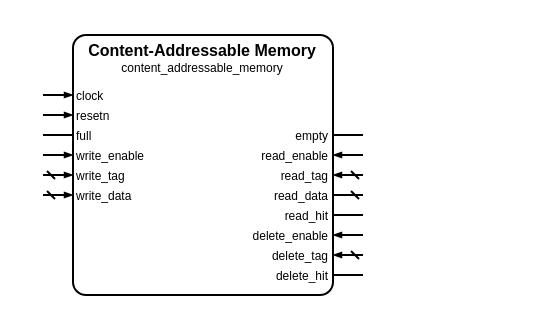
Louis-DR/OmniCores-BuildingBlocks keeps this draw.io diagram as sources/memory/content_addressable_memory/content_addressable_memory.symbol.drawio. Above is the earlier version. Source tidied: cells renumbered, new cells numbered last; positions are measured from the earlier drawing's top-left corner, leaving out a move shared by most shapes. Both pictures are drawn from the tidied source at 200%, with x=0, y=0 at pixel (42, 34).
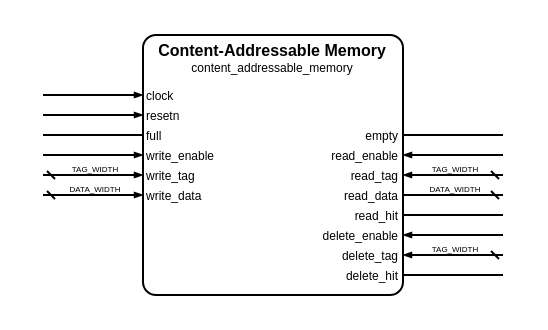
After the change.

Change to the diagram source:
```diff
@@
     <mxCell id="2" style="group;" parent="1" vertex="1">
-      <mxGeometry width="160" height="130" as="geometry" />
+      <mxGeometry width="230" height="130" as="geometry" />
     </mxCell>
     <mxCell id="3" style="rounded=1;arcSize=5;fillColor=none;strokeWidth=1;strokeColor=black;whiteSpace=wrap;html=1;" parent="2" vertex="1">
-      <mxGeometry x="15" width="130" height="130" as="geometry" />
+      <mxGeometry x="50" width="130" height="130" as="geometry" />
     </mxCell>
     <mxCell id="4" value="Content-Addressable Memory" style="text;html=1;align=center;verticalAlign=middle;whiteSpace=wrap;rounded=0;fontSize=8;fontStyle=1;fontColor=black;" parent="2" vertex="1">
-      <mxGeometry x="15" y="7" width="130" as="geometry" />
+      <mxGeometry x="50" y="7" width="130" as="geometry" />
     </mxCell>
     <mxCell id="5" value="content_addressable_memory" style="text;html=1;align=center;verticalAlign=middle;whiteSpace=wrap;rounded=0;fontSize=6;fontStyle=0;fontColor=black;" parent="2" vertex="1">
-      <mxGeometry x="15" y="16" width="130" as="geometry" />
+      <mxGeometry x="50" y="16" width="130" as="geometry" />
     </mxCell>
     <mxCell id="6" value="clock" style="text;html=1;align=left;verticalAlign=middle;whiteSpace=wrap;rounded=0;fontSize=6;fontStyle=0;fontColor=black;" parent="2" vertex="1">
-      <mxGeometry x="15" y="30" width="130" as="geometry" />
+      <mxGeometry x="50" y="30" width="130" as="geometry" />
     </mxCell>
     <mxCell id="7" style="html=1;rounded=1;strokeWidth=1;strokeColor=black;startFill=0;startSize=2;startArrow=none;endFill=1;endSize=2;endArrow=blockThin;sourcePerimeterSpacing=0;" parent="2" edge="1">
       <mxGeometry relative="1" as="geometry">
         <mxPoint y="30" as="sourcePoint" />
-        <mxPoint x="15" y="30" as="targetPoint" />
+        <mxPoint x="50" y="30" as="targetPoint" />
       </mxGeometry>
     </mxCell>
     <mxCell id="8" value="resetn" style="text;html=1;align=left;verticalAlign=middle;whiteSpace=wrap;rounded=0;fontSize=6;fontStyle=0;fontColor=black;" parent="2" vertex="1">
-      <mxGeometry x="15" y="40" width="130" as="geometry" />
+      <mxGeometry x="50" y="40" width="130" as="geometry" />
     </mxCell>
     <mxCell id="9" style="html=1;rounded=1;strokeWidth=1;strokeColor=black;startFill=0;startSize=2;startArrow=none;endFill=1;endSize=2;endArrow=blockThin;sourcePerimeterSpacing=0;" parent="2" edge="1">
       <mxGeometry relative="1" as="geometry">
         <mxPoint y="40" as="sourcePoint" />
-        <mxPoint x="15" y="40" as="targetPoint" />
+        <mxPoint x="50" y="40" as="targetPoint" />
       </mxGeometry>
     </mxCell>
     <mxCell id="10" value="full" style="text;html=1;align=left;verticalAlign=middle;whiteSpace=wrap;rounded=0;fontSize=6;fontStyle=0;fontColor=black;" parent="2" vertex="1">
-      <mxGeometry x="15" y="50" width="130" as="geometry" />
+      <mxGeometry x="50" y="50" width="130" as="geometry" />
     </mxCell>
     <mxCell id="11" style="html=1;rounded=1;strokeWidth=1;strokeColor=black;startFill=0;startSize=2;startArrow=none;endFill=1;endSize=2;endArrow=none;sourcePerimeterSpacing=0;" parent="2" edge="1">
       <mxGeometry relative="1" as="geometry">
         <mxPoint y="50" as="sourcePoint" />
-        <mxPoint x="15" y="50" as="targetPoint" />
+        <mxPoint x="50" y="50" as="targetPoint" />
       </mxGeometry>
     </mxCell>
     <mxCell id="12" value="empty" style="text;html=1;align=right;verticalAlign=middle;whiteSpace=wrap;rounded=0;fontSize=6;fontStyle=0;fontColor=black;" parent="2" vertex="1">
-      <mxGeometry x="15" y="50" width="130" as="geometry" />
+      <mxGeometry x="50" y="50" width="130" as="geometry" />
     </mxCell>
     <mxCell id="13" style="html=1;rounded=1;strokeWidth=1;strokeColor=black;startFill=0;startSize=2;startArrow=none;endFill=1;endSize=2;endArrow=none;sourcePerimeterSpacing=0;" parent="2" edge="1">
       <mxGeometry relative="1" as="geometry">
-        <mxPoint x="160" y="50" as="sourcePoint" />
-        <mxPoint x="145" y="50" as="targetPoint" />
+        <mxPoint x="230" y="50" as="sourcePoint" />
+        <mxPoint x="180" y="50" as="targetPoint" />
       </mxGeometry>
     </mxCell>
     <mxCell id="14" value="write_enable" style="text;html=1;align=left;verticalAlign=middle;whiteSpace=wrap;rounded=0;fontSize=6;fontStyle=0;fontColor=black;" parent="2" vertex="1">
-      <mxGeometry x="15" y="60" width="130" as="geometry" />
+      <mxGeometry x="50" y="60" width="130" as="geometry" />
     </mxCell>
     <mxCell id="15" style="html=1;rounded=1;strokeWidth=1;strokeColor=black;startFill=0;startSize=2;startArrow=none;endFill=1;endSize=2;endArrow=blockThin;sourcePerimeterSpacing=0;" parent="2" edge="1">
       <mxGeometry relative="1" as="geometry">
         <mxPoint y="60" as="sourcePoint" />
-        <mxPoint x="15" y="60" as="targetPoint" />
+        <mxPoint x="50" y="60" as="targetPoint" />
       </mxGeometry>
     </mxCell>
     <mxCell id="16" value="read_enable" style="text;html=1;align=right;verticalAlign=middle;whiteSpace=wrap;rounded=0;fontSize=6;fontStyle=0;fontColor=black;" parent="2" vertex="1">
-      <mxGeometry x="15" y="60" width="130" as="geometry" />
+      <mxGeometry x="50" y="60" width="130" as="geometry" />
     </mxCell>
     <mxCell id="17" style="html=1;rounded=1;strokeWidth=1;strokeColor=black;startFill=0;startSize=2;startArrow=none;endFill=1;endSize=2;endArrow=blockThin;sourcePerimeterSpacing=0;" parent="2" edge="1">
       <mxGeometry relative="1" as="geometry">
-        <mxPoint x="160" y="60" as="sourcePoint" />
-        <mxPoint x="145" y="60" as="targetPoint" />
+        <mxPoint x="230" y="60" as="sourcePoint" />
+        <mxPoint x="180" y="60" as="targetPoint" />
       </mxGeometry>
     </mxCell>
     <mxCell id="18" value="write_tag" style="text;html=1;align=left;verticalAlign=middle;whiteSpace=wrap;rounded=0;fontSize=6;fontStyle=0;fontColor=black;" parent="2" vertex="1">
-      <mxGeometry x="15" y="70" width="130" as="geometry" />
+      <mxGeometry x="50" y="70" width="130" as="geometry" />
     </mxCell>
     <mxCell id="19" style="html=1;rounded=1;strokeWidth=1;strokeColor=black;startFill=0;startSize=2;startArrow=dash;endFill=1;endSize=2;endArrow=blockThin;sourcePerimeterSpacing=0;" parent="2" edge="1">
       <mxGeometry relative="1" as="geometry">
         <mxPoint y="70" as="sourcePoint" />
-        <mxPoint x="15" y="70" as="targetPoint" />
+        <mxPoint x="50" y="70" as="targetPoint" />
       </mxGeometry>
     </mxCell>
+    <mxCell id="34" value="TAG_WIDTH" style="text;html=1;align=center;verticalAlign=middle;whiteSpace=nowrap;rounded=0;fontSize=4;fontStyle=0;fontColor=black;" parent="2" vertex="1">
+      <mxGeometry x="25" y="67" as="geometry" />
+    </mxCell>
     <mxCell id="20" value="read_tag" style="text;html=1;align=right;verticalAlign=middle;whiteSpace=wrap;rounded=0;fontSize=6;fontStyle=0;fontColor=black;" parent="2" vertex="1">
-      <mxGeometry x="15" y="70" width="130" as="geometry" />
+      <mxGeometry x="50" y="70" width="130" as="geometry" />
     </mxCell>
     <mxCell id="21" style="html=1;rounded=1;strokeWidth=1;strokeColor=black;startFill=0;startSize=2;startArrow=dash;endFill=1;endSize=2;endArrow=blockThin;sourcePerimeterSpacing=0;" parent="2" edge="1">
       <mxGeometry relative="1" as="geometry">
-        <mxPoint x="160" y="70" as="sourcePoint" />
-        <mxPoint x="145" y="70" as="targetPoint" />
+        <mxPoint x="230" y="70" as="sourcePoint" />
+        <mxPoint x="180" y="70" as="targetPoint" />
       </mxGeometry>
     </mxCell>
+    <mxCell id="35" value="TAG_WIDTH" style="text;html=1;align=center;verticalAlign=middle;whiteSpace=nowrap;rounded=0;fontSize=4;fontStyle=0;fontColor=black;" parent="2" vertex="1">
+      <mxGeometry x="205" y="67" as="geometry" />
+    </mxCell>
     <mxCell id="22" value="write_data" style="text;html=1;align=left;verticalAlign=middle;whiteSpace=wrap;rounded=0;fontSize=6;fontStyle=0;fontColor=black;" parent="2" vertex="1">
-      <mxGeometry x="15" y="80" width="130" as="geometry" />
+      <mxGeometry x="50" y="80" width="130" as="geometry" />
     </mxCell>
     <mxCell id="23" style="html=1;rounded=1;strokeWidth=1;strokeColor=black;startFill=0;startSize=2;startArrow=dash;endFill=1;endSize=2;endArrow=blockThin;sourcePerimeterSpacing=0;" parent="2" edge="1">
       <mxGeometry relative="1" as="geometry">
         <mxPoint y="80" as="sourcePoint" />
-        <mxPoint x="15" y="80" as="targetPoint" />
+        <mxPoint x="50" y="80" as="targetPoint" />
       </mxGeometry>
     </mxCell>
+    <mxCell id="36" value="DATA_WIDTH" style="text;html=1;align=center;verticalAlign=middle;whiteSpace=nowrap;rounded=0;fontSize=4;fontStyle=0;fontColor=black;" parent="2" vertex="1">
+      <mxGeometry x="25" y="77" as="geometry" />
+    </mxCell>
     <mxCell id="24" value="read_data" style="text;html=1;align=right;verticalAlign=middle;whiteSpace=wrap;rounded=0;fontSize=6;fontStyle=0;fontColor=black;" parent="2" vertex="1">
-      <mxGeometry x="15" y="80" width="130" as="geometry" />
+      <mxGeometry x="50" y="80" width="130" as="geometry" />
     </mxCell>
     <mxCell id="25" style="html=1;rounded=1;strokeWidth=1;strokeColor=black;startFill=0;startSize=2;startArrow=dash;endFill=1;endSize=2;endArrow=none;sourcePerimeterSpacing=0;" parent="2" edge="1">
       <mxGeometry relative="1" as="geometry">
-        <mxPoint x="160" y="80" as="sourcePoint" />
-        <mxPoint x="145" y="80" as="targetPoint" />
+        <mxPoint x="230" y="80" as="sourcePoint" />
+        <mxPoint x="180" y="80" as="targetPoint" />
       </mxGeometry>
     </mxCell>
+    <mxCell id="37" value="DATA_WIDTH" style="text;html=1;align=center;verticalAlign=middle;whiteSpace=nowrap;rounded=0;fontSize=4;fontStyle=0;fontColor=black;" parent="2" vertex="1">
+      <mxGeometry x="205" y="77" as="geometry" />
+    </mxCell>
     <mxCell id="26" value="read_hit" style="text;html=1;align=right;verticalAlign=middle;whiteSpace=wrap;rounded=0;fontSize=6;fontStyle=0;fontColor=black;" parent="2" vertex="1">
-      <mxGeometry x="15" y="90" width="130" as="geometry" />
+      <mxGeometry x="50" y="90" width="130" as="geometry" />
     </mxCell>
     <mxCell id="27" style="html=1;rounded=1;strokeWidth=1;strokeColor=black;startFill=0;startSize=2;startArrow=none;endFill=1;endSize=2;endArrow=none;sourcePerimeterSpacing=0;" parent="2" edge="1">
       <mxGeometry relative="1" as="geometry">
-        <mxPoint x="160" y="90" as="sourcePoint" />
-        <mxPoint x="145" y="90" as="targetPoint" />
+        <mxPoint x="230" y="90" as="sourcePoint" />
+        <mxPoint x="180" y="90" as="targetPoint" />
       </mxGeometry>
     </mxCell>
     <mxCell id="28" value="delete_enable" style="text;html=1;align=right;verticalAlign=middle;whiteSpace=wrap;rounded=0;fontSize=6;fontStyle=0;fontColor=black;" parent="2" vertex="1">
-      <mxGeometry x="15" y="100" width="130" as="geometry" />
+      <mxGeometry x="50" y="100" width="130" as="geometry" />
     </mxCell>
     <mxCell id="29" style="html=1;rounded=1;strokeWidth=1;strokeColor=black;startFill=0;startSize=2;startArrow=none;endFill=1;endSize=2;endArrow=blockThin;sourcePerimeterSpacing=0;" parent="2" edge="1">
       <mxGeometry relative="1" as="geometry">
-        <mxPoint x="160" y="100" as="sourcePoint" />
-        <mxPoint x="145" y="100" as="targetPoint" />
+        <mxPoint x="230" y="100" as="sourcePoint" />
+        <mxPoint x="180" y="100" as="targetPoint" />
       </mxGeometry>
     </mxCell>
     <mxCell id="30" value="delete_tag" style="text;html=1;align=right;verticalAlign=middle;whiteSpace=wrap;rounded=0;fontSize=6;fontStyle=0;fontColor=black;" parent="2" vertex="1">
-      <mxGeometry x="15" y="110" width="130" as="geometry" />
+      <mxGeometry x="50" y="110" width="130" as="geometry" />
     </mxCell>
     <mxCell id="31" style="html=1;rounded=1;strokeWidth=1;strokeColor=black;startFill=0;startSize=2;startArrow=dash;endFill=1;endSize=2;endArrow=blockThin;sourcePerimeterSpacing=0;" parent="2" edge="1">
       <mxGeometry relative="1" as="geometry">
-        <mxPoint x="160" y="110" as="sourcePoint" />
-        <mxPoint x="145" y="110" as="targetPoint" />
+        <mxPoint x="230" y="110" as="sourcePoint" />
+        <mxPoint x="180" y="110" as="targetPoint" />
       </mxGeometry>
     </mxCell>
+    <mxCell id="38" value="TAG_WIDTH" style="text;html=1;align=center;verticalAlign=middle;whiteSpace=nowrap;rounded=0;fontSize=4;fontStyle=0;fontColor=black;" parent="2" vertex="1">
+      <mxGeometry x="205" y="107" as="geometry" />
+    </mxCell>
     <mxCell id="32" value="delete_hit" style="text;html=1;align=right;verticalAlign=middle;whiteSpace=wrap;rounded=0;fontSize=6;fontStyle=0;fontColor=black;" parent="2" vertex="1">
-      <mxGeometry x="15" y="120" width="130" as="geometry" />
+      <mxGeometry x="50" y="120" width="130" as="geometry" />
     </mxCell>
     <mxCell id="33" style="html=1;rounded=1;strokeWidth=1;strokeColor=black;startFill=0;startSize=2;startArrow=none;endFill=1;endSize=2;endArrow=none;sourcePerimeterSpacing=0;" parent="2" edge="1">
       <mxGeometry relative="1" as="geometry">
-        <mxPoint x="160" y="120" as="sourcePoint" />
-        <mxPoint x="145" y="120" as="targetPoint" />
+        <mxPoint x="230" y="120" as="sourcePoint" />
+        <mxPoint x="180" y="120" as="targetPoint" />
       </mxGeometry>
     </mxCell>
```
